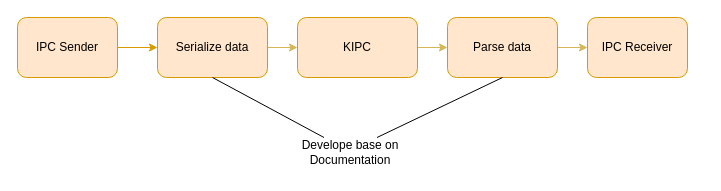
Above: Problem.drawio in anhkiet1993/FA (draw.io), before the change. Source tidied: cells renumbered, new cells numbered last; positions are measured from the earlier drawing's top-left corner, leaving out a move shared by most shapes. Both pictures are drawn from the tidied source at 100%, with x=0, y=0 at pixel (17, 17).
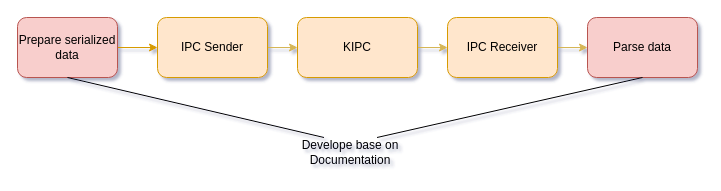
The same diagram, later.

The edit, as a diff of the source:
```diff
@@
-<mxGraphModel>
+<mxGraphModel background="#FFFFFF" shadow="1">
   <root>
     <mxCell id="0" />
     <mxCell id="1" parent="0" />
     <mxCell id="2" style="edgeStyle=orthogonalEdgeStyle;rounded=0;jettySize=auto;html=1;exitX=1;exitY=0.5;exitDx=0;exitDy=0;entryX=0;entryY=0.5;entryDx=0;entryDy=0;fillColor=#ffe6cc;strokeColor=#d79b00;" parent="1" edge="1" source="3" target="6">
       <mxGeometry relative="1" as="geometry" />
     </mxCell>
-    <mxCell id="3" value="IPC Sender" style="rounded=1;whiteSpace=wrap;html=1;fillColor=#ffe6cc;strokeColor=#d79b00;" parent="1" vertex="1">
+    <mxCell id="3" value="Prepare serialized data" style="rounded=1;whiteSpace=wrap;html=1;fillColor=#f8cecc;strokeColor=#b85450;" parent="1" vertex="1">
       <mxGeometry width="100" height="60" as="geometry" />
     </mxCell>
-    <mxCell id="4" value="IPC Receiver" style="rounded=1;whiteSpace=wrap;html=1;fillColor=#ffe6cc;strokeColor=#d79b00;" parent="1" vertex="1">
-      <mxGeometry x="570" width="100" height="60" as="geometry" />
+    <mxCell id="4" value="Parse data" style="rounded=1;whiteSpace=wrap;html=1;fillColor=#f8cecc;strokeColor=#b85450;" parent="1" vertex="1">
+      <mxGeometry x="570" width="110" height="60" as="geometry" />
     </mxCell>
     <mxCell id="5" style="edgeStyle=orthogonalEdgeStyle;rounded=0;jettySize=auto;html=1;exitX=1;exitY=0.5;exitDx=0;exitDy=0;entryX=0;entryY=0.5;entryDx=0;entryDy=0;fillColor=#fff2cc;strokeColor=#d6b656;" parent="1" edge="1" source="6" target="10">
       <mxGeometry relative="1" as="geometry" />
     </mxCell>
-    <mxCell id="6" value="Serialize data" style="rounded=1;whiteSpace=wrap;html=1;fillColor=#ffe6cc;strokeColor=#d79b00;" parent="1" vertex="1">
+    <mxCell id="6" value="IPC Sender" style="rounded=1;whiteSpace=wrap;html=1;fillColor=#ffe6cc;strokeColor=#d79b00;" parent="1" vertex="1">
       <mxGeometry x="140" width="110" height="60" as="geometry" />
     </mxCell>
     <mxCell id="7" style="edgeStyle=orthogonalEdgeStyle;rounded=0;jettySize=auto;html=1;exitX=1;exitY=0.5;exitDx=0;exitDy=0;entryX=0;entryY=0.5;entryDx=0;entryDy=0;fillColor=#fff2cc;strokeColor=#d6b656;" parent="1" edge="1" source="8" target="4">
       <mxGeometry relative="1" as="geometry" />
     </mxCell>
-    <mxCell id="8" value="Parse data" style="rounded=1;whiteSpace=wrap;html=1;fillColor=#ffe6cc;strokeColor=#d79b00;" parent="1" vertex="1">
+    <mxCell id="8" value="IPC Receiver" style="rounded=1;whiteSpace=wrap;html=1;fillColor=#ffe6cc;strokeColor=#d79b00;" parent="1" vertex="1">
       <mxGeometry x="430" width="110" height="60" as="geometry" />
     </mxCell>
     <mxCell id="9" style="edgeStyle=orthogonalEdgeStyle;rounded=0;jettySize=auto;html=1;exitX=1;exitY=0.5;exitDx=0;exitDy=0;entryX=0;entryY=0.5;entryDx=0;entryDy=0;fillColor=#fff2cc;strokeColor=#d6b656;" parent="1" edge="1" source="10" target="8">
       <mxGeometry relative="1" as="geometry" />
     </mxCell>
     <mxCell id="10" value="KIPC" style="rounded=1;whiteSpace=wrap;html=1;fillColor=#ffe6cc;strokeColor=#d79b00;" parent="1" vertex="1">
       <mxGeometry x="280" width="120" height="60" as="geometry" />
     </mxCell>
     <mxCell id="11" value="Develope base on Documentation" style="text;html=1;align=center;verticalAlign=middle;whiteSpace=wrap;rounded=0;" parent="1" vertex="1">
       <mxGeometry x="280" y="120" width="106" height="30" as="geometry" />
     </mxCell>
-    <mxCell id="12" style="endArrow=none;html=1;rounded=0;entryX=0.5;entryY=1;entryDx=0;entryDy=0;exitX=0.75;exitY=0;exitDx=0;exitDy=0;" parent="1" edge="1" source="11" target="8">
+    <mxCell id="12" style="endArrow=none;html=1;rounded=0;entryX=0.5;entryY=1;entryDx=0;entryDy=0;exitX=0.75;exitY=0;exitDx=0;exitDy=0;" parent="1" edge="1" source="11" target="4">
       <mxGeometry relative="1" as="geometry" />
     </mxCell>
-    <mxCell id="13" style="endArrow=none;html=1;rounded=0;entryX=0.5;entryY=1;entryDx=0;entryDy=0;exitX=0.25;exitY=0;exitDx=0;exitDy=0;" parent="1" edge="1" source="11" target="6">
+    <mxCell id="13" style="endArrow=none;html=1;rounded=0;entryX=0.5;entryY=1;entryDx=0;entryDy=0;exitX=0.25;exitY=0;exitDx=0;exitDy=0;" parent="1" edge="1" source="11" target="3">
       <mxGeometry relative="1" as="geometry" />
     </mxCell>
   </root>
 </mxGraphModel>
```
